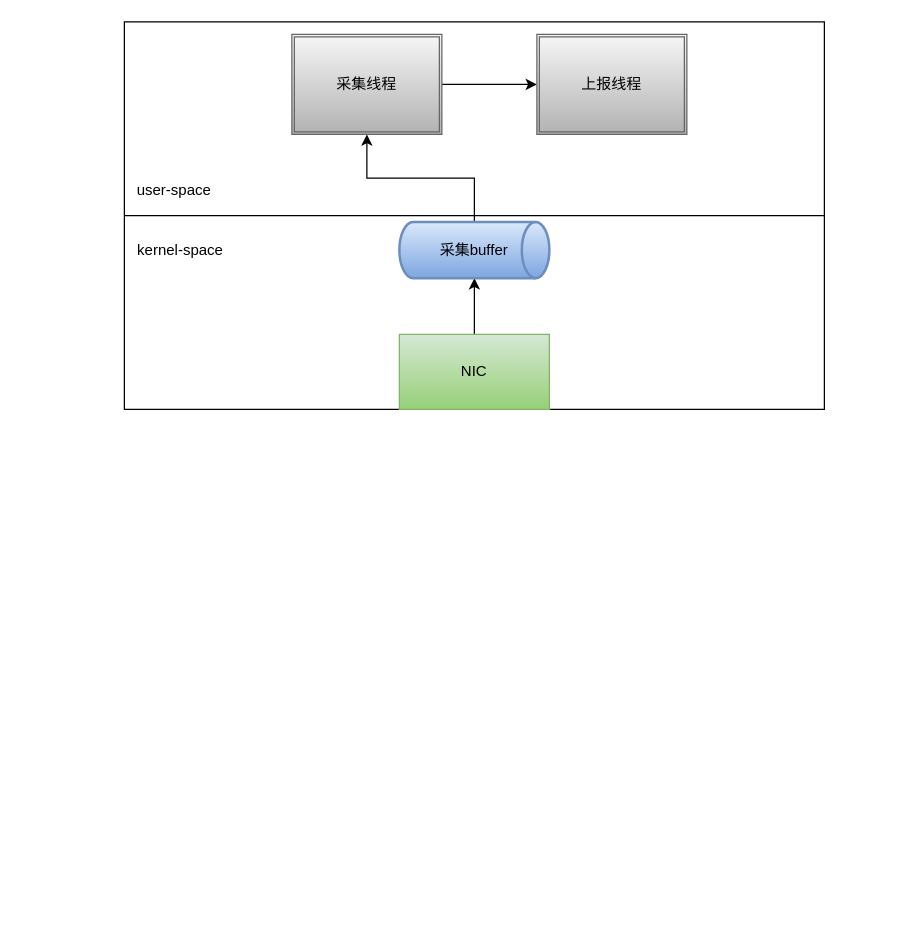
lzt123/drawio keeps this draw.io diagram as 未命名绘图.drawio. Above is the earlier version. Source tidied: cells renumbered, new cells numbered last; positions are measured from the earlier drawing's top-left corner, leaving out a move shared by most shapes. Both pictures are drawn from the tidied source at 125%, with x=0, y=0 at pixel (124, 21).
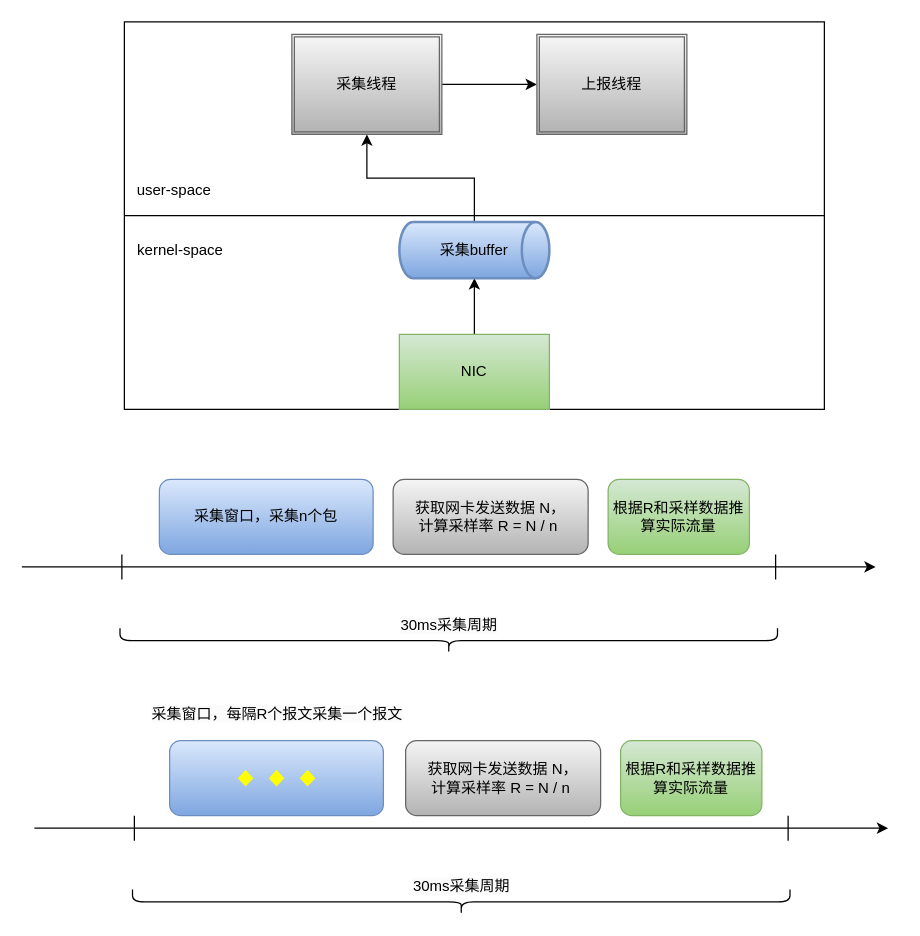
After the change.

Commit message:
更新未命名绘图.drawio

The edit, as a diff of the source:
```diff
@@
+    <mxCell id="13" style="edgeStyle=orthogonalEdgeStyle;rounded=0;jettySize=auto;html=1;endArrow=none;endFill=0;" parent="1" edge="1" source="15">
+      <mxGeometry relative="1" as="geometry">
+        <mxPoint x="-82" y="436" as="targetPoint" />
+      </mxGeometry>
+    </mxCell>
+    <mxCell id="14" style="edgeStyle=orthogonalEdgeStyle;rounded=0;jettySize=auto;html=1;" parent="1" edge="1" source="15">
+      <mxGeometry relative="1" as="geometry">
+        <mxPoint x="601" y="436" as="targetPoint" />
+      </mxGeometry>
+    </mxCell>
+    <mxCell id="15" style="shape=crossbar;whiteSpace=wrap;html=1;rounded=1;" parent="1" vertex="1">
+      <mxGeometry x="-2" y="426" width="523" height="20" as="geometry" />
+    </mxCell>
+    <mxCell id="16" value="&lt;br&gt;&lt;span style=&quot;color: rgb(0, 0, 0); font-family: Helvetica; font-size: 12px; font-style: normal; font-variant-ligatures: normal; font-variant-caps: normal; font-weight: 400; letter-spacing: normal; orphans: 2; text-indent: 0px; text-transform: none; widows: 2; word-spacing: 0px; -webkit-text-stroke-width: 0px; background-color: rgb(251, 251, 251); text-decoration-thickness: initial; text-decoration-style: initial; text-decoration-color: initial; float: none; display: inline !important;&quot;&gt;30ms采集周期&lt;/span&gt;&lt;br&gt;" style="shape=curlyBracket;whiteSpace=wrap;html=1;rounded=1;flipH=1;labelPosition=center;verticalLabelPosition=top;align=center;verticalAlign=middle;direction=north;horizontal=1;" parent="1" vertex="1">
+      <mxGeometry x="-3.5" y="485" width="526" height="20" as="geometry" />
+    </mxCell>
+    <mxCell id="17" value="采集窗口，采集n个包" style="rounded=1;whiteSpace=wrap;html=1;fillColor=#dae8fc;gradientColor=#7ea6e0;strokeColor=#6c8ebf;" parent="1" vertex="1">
+      <mxGeometry x="28" y="366" width="171" height="60" as="geometry" />
+    </mxCell>
+    <mxCell id="18" value="获取网卡发送数据 N，&lt;br&gt;计算采样率 R = N / n&amp;nbsp;" style="rounded=1;whiteSpace=wrap;html=1;fillColor=#f5f5f5;gradientColor=#b3b3b3;strokeColor=#666666;" parent="1" vertex="1">
+      <mxGeometry x="215" y="366" width="156" height="60" as="geometry" />
+    </mxCell>
+    <mxCell id="19" value="根据R和采样数据推算实际流量" style="rounded=1;whiteSpace=wrap;html=1;fillColor=#d5e8d4;gradientColor=#97d077;strokeColor=#82b366;" parent="1" vertex="1">
+      <mxGeometry x="387" y="366" width="113" height="60" as="geometry" />
+    </mxCell>
+    <mxCell id="20" style="edgeStyle=orthogonalEdgeStyle;rounded=0;jettySize=auto;html=1;endArrow=none;endFill=0;" parent="1" edge="1" source="22">
+      <mxGeometry relative="1" as="geometry">
+        <mxPoint x="-72" y="645" as="targetPoint" />
+      </mxGeometry>
+    </mxCell>
+    <mxCell id="21" style="edgeStyle=orthogonalEdgeStyle;rounded=0;jettySize=auto;html=1;" parent="1" edge="1" source="22">
+      <mxGeometry relative="1" as="geometry">
+        <mxPoint x="611" y="645" as="targetPoint" />
+      </mxGeometry>
+    </mxCell>
+    <mxCell id="22" style="shape=crossbar;whiteSpace=wrap;html=1;rounded=1;" parent="1" vertex="1">
+      <mxGeometry x="8" y="635" width="523" height="20" as="geometry" />
+    </mxCell>
+    <mxCell id="23" value="&lt;br&gt;&lt;span style=&quot;color: rgb(0, 0, 0); font-family: Helvetica; font-size: 12px; font-style: normal; font-variant-ligatures: normal; font-variant-caps: normal; font-weight: 400; letter-spacing: normal; orphans: 2; text-indent: 0px; text-transform: none; widows: 2; word-spacing: 0px; -webkit-text-stroke-width: 0px; background-color: rgb(251, 251, 251); text-decoration-thickness: initial; text-decoration-style: initial; text-decoration-color: initial; float: none; display: inline !important;&quot;&gt;30ms采集周期&lt;/span&gt;&lt;br&gt;" style="shape=curlyBracket;whiteSpace=wrap;html=1;rounded=1;flipH=1;labelPosition=center;verticalLabelPosition=top;align=center;verticalAlign=middle;direction=north;horizontal=1;" parent="1" vertex="1">
+      <mxGeometry x="6.5" y="694" width="526" height="20" as="geometry" />
+    </mxCell>
+    <mxCell id="24" value="获取网卡发送数据 N，&lt;br&gt;计算采样率 R = N / n&amp;nbsp;" style="rounded=1;whiteSpace=wrap;html=1;fillColor=#f5f5f5;gradientColor=#b3b3b3;strokeColor=#666666;" parent="1" vertex="1">
+      <mxGeometry x="225" y="575" width="156" height="60" as="geometry" />
+    </mxCell>
+    <mxCell id="25" value="根据R和采样数据推算实际流量" style="rounded=1;whiteSpace=wrap;html=1;fillColor=#d5e8d4;gradientColor=#97d077;strokeColor=#82b366;" parent="1" vertex="1">
+      <mxGeometry x="397" y="575" width="113" height="60" as="geometry" />
+    </mxCell>
+    <mxCell id="26" style="rounded=1;whiteSpace=wrap;html=1;fillColor=#dae8fc;gradientColor=#7ea6e0;strokeColor=#6c8ebf;" parent="1" vertex="1">
+      <mxGeometry x="36.2" y="575" width="171" height="60" as="geometry" />
+    </mxCell>
+    <mxCell id="27" value="&#10;&lt;span style=&quot;color: rgb(0, 0, 0); font-family: Helvetica; font-size: 12px; font-style: normal; font-variant-ligatures: normal; font-variant-caps: normal; font-weight: 400; letter-spacing: normal; orphans: 2; text-align: center; text-indent: 0px; text-transform: none; widows: 2; word-spacing: 0px; -webkit-text-stroke-width: 0px; background-color: rgb(251, 251, 251); text-decoration-thickness: initial; text-decoration-style: initial; text-decoration-color: initial; float: none; display: inline !important;&quot;&gt;采集窗口，每隔R个报文采集一个报文&lt;/span&gt;&#10;&#10;" style="verticalLabelPosition=top;verticalAlign=top;html=1;shape=mxgraph.flowchart.parallel_mode;fillColor=#dae8fc;gradientColor=#7ea6e0;strokeColor=none;labelPosition=center;align=center;" parent="1" vertex="1">
+      <mxGeometry x="63.5" y="578.5" width="116.5" height="53" as="geometry" />
+    </mxCell>
```
